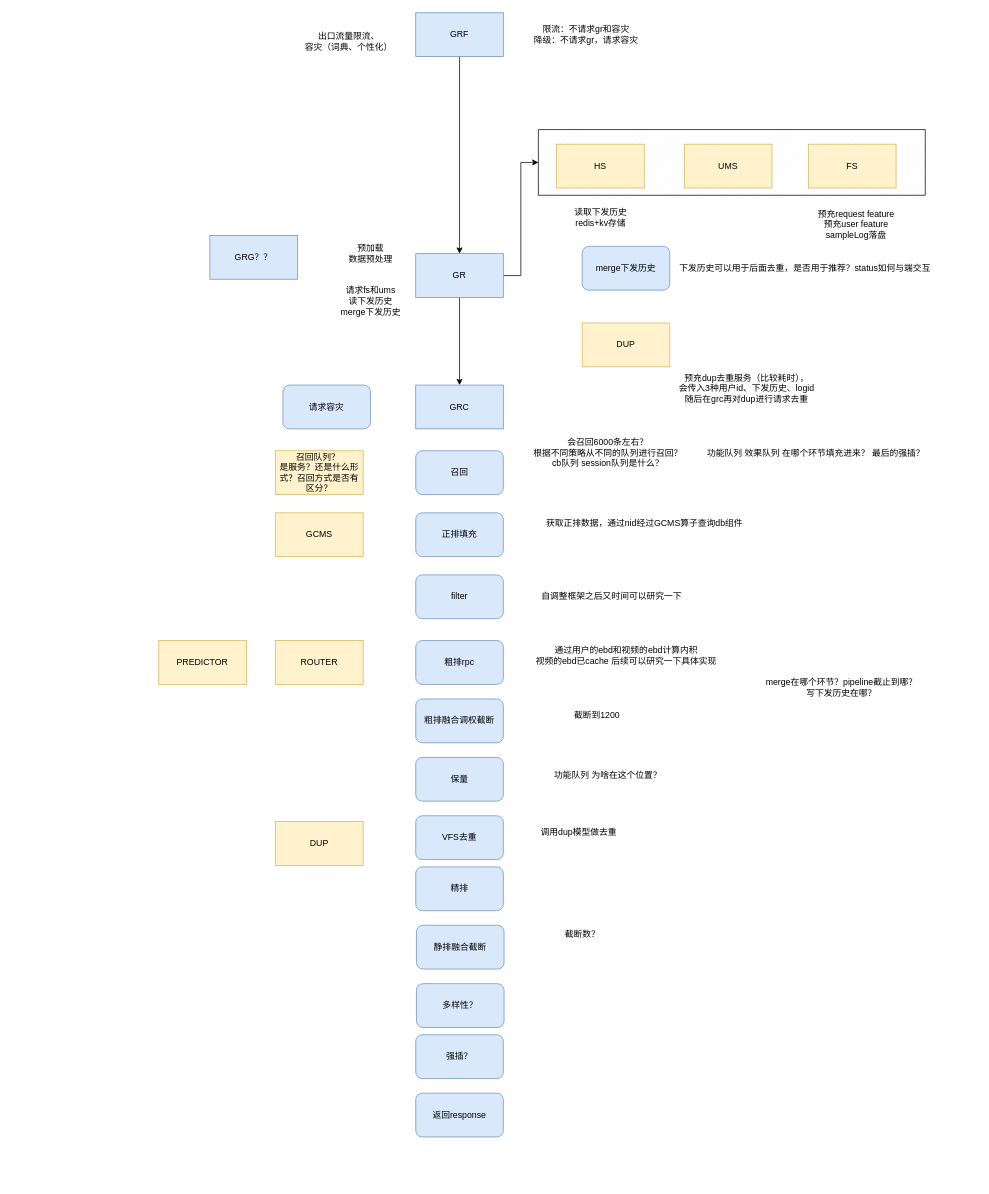
x1yang/lzx keeps this draw.io diagram as 推荐系统全局.drawio. Above is the earlier version. Source tidied: cells renumbered, new cells numbered last; positions are measured from the earlier drawing's top-left corner, leaving out a move shared by most shapes. Both pictures are drawn from the tidied source at 73%, with x=0, y=0 at pixel (158, 12).
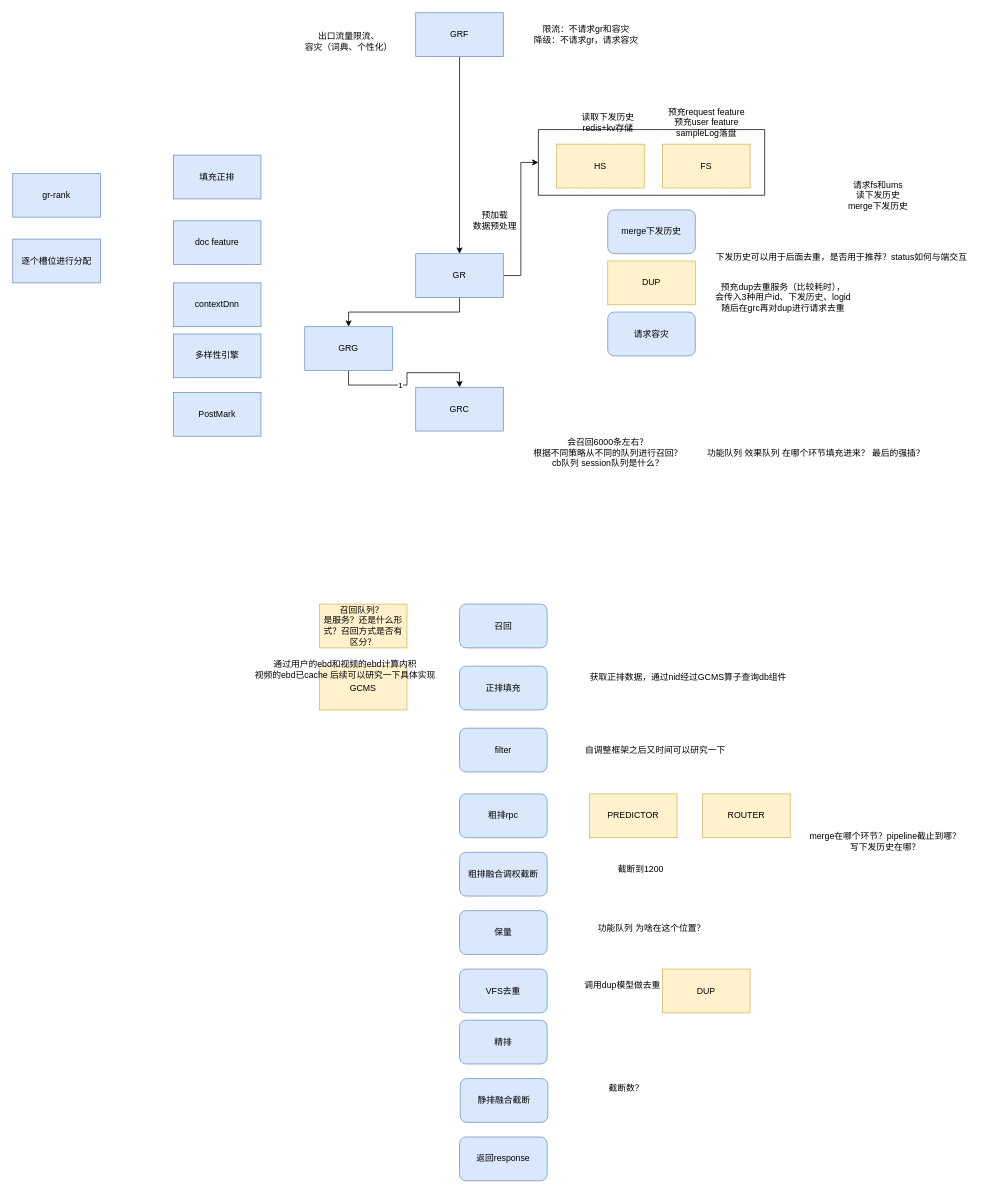
The same page after the edit.

Commit message:
更新推荐系统全局.drawio

The change refers to these unchanged cells:
```xml
<mxCell id="7" value="GR" style="rounded=0;whiteSpace=wrap;html=1;fillColor=#dae8fc;strokeColor=#6c8ebf;" parent="1" vertex="1">
  <mxGeometry x="352" y="330" width="120" height="60" as="geometry" />
</mxCell>
```

What changed in the source:
```diff
@@
     <mxCell id="2" style="verticalLabelPosition=bottom;verticalAlign=top;html=1;shape=mxgraph.basic.patternFillRect;fillStyle=diag;step=5;fillStrokeWidth=0.2;fillStrokeColor=#dddddd;" parent="1" vertex="1">
-      <mxGeometry x="520" y="160" width="530" height="90" as="geometry" />
+      <mxGeometry x="520" y="160" width="310" height="90" as="geometry" />
     </mxCell>
@@
-    <mxCell id="5" style="edgeStyle=orthogonalEdgeStyle;rounded=0;jettySize=auto;html=1;exitX=0.5;exitY=1;exitDx=0;exitDy=0;entryX=0.5;entryY=0;entryDx=0;entryDy=0;" parent="1" edge="1" source="7" target="18">
-      <mxGeometry relative="1" as="geometry" />
-    </mxCell>
@@
+    <mxCell id="51" style="edgeStyle=orthogonalEdgeStyle;rounded=0;jettySize=auto;html=1;exitX=0.5;exitY=1;exitDx=0;exitDy=0;entryX=0.5;entryY=0;entryDx=0;entryDy=0;" parent="1" edge="1" source="7" target="19">
+      <mxGeometry relative="1" as="geometry" />
+    </mxCell>
@@
     <mxCell id="10" value="DUP" style="rounded=0;whiteSpace=wrap;html=1;fillColor=#fff2cc;strokeColor=#d6b656;" parent="1" vertex="1">
-      <mxGeometry x="580" y="425" width="120" height="60" as="geometry" />
+      <mxGeometry x="615" y="340" width="120" height="60" as="geometry" />
     </mxCell>
-    <mxCell id="11" value="UMS" style="rounded=0;whiteSpace=wrap;html=1;fillColor=#fff2cc;strokeColor=#d6b656;" parent="1" vertex="1">
-      <mxGeometry x="720" y="180" width="120" height="60" as="geometry" />
-    </mxCell>
     <mxCell id="12" value="预加载&lt;br&gt;数据预处理" style="text;html=1;align=center;verticalAlign=middle;strokeColor=none;fillColor=none;" parent="1" vertex="1">
-      <mxGeometry x="250" y="310" width="80" height="40" as="geometry" />
+      <mxGeometry x="420" y="265" width="80" height="40" as="geometry" />
     </mxCell>
     <mxCell id="13" value="FS" style="rounded=0;whiteSpace=wrap;html=1;fillColor=#fff2cc;strokeColor=#d6b656;" parent="1" vertex="1">
-      <mxGeometry x="890" y="180" width="120" height="60" as="geometry" />
+      <mxGeometry x="690" y="180" width="120" height="60" as="geometry" />
     </mxCell>
     <mxCell id="14" value="请求fs和ums&lt;br&gt;读下发历史&lt;br&gt;merge下发历史" style="text;html=1;align=center;verticalAlign=middle;strokeColor=none;fillColor=none;" parent="1" vertex="1">
-      <mxGeometry x="235" y="365" width="110" height="60" as="geometry" />
+      <mxGeometry x="930" y="220" width="110" height="60" as="geometry" />
     </mxCell>
     <mxCell id="15" value="预充request feature&lt;br&gt;预充user feature&lt;br&gt;sampleLog落盘" style="text;html=1;align=center;verticalAlign=middle;strokeColor=none;fillColor=none;" parent="1" vertex="1">
-      <mxGeometry x="890" y="260" width="130" height="60" as="geometry" />
+      <mxGeometry x="685" y="120" width="130" height="60" as="geometry" />
     </mxCell>
     <mxCell id="16" value="预充dup去重服务（比较耗时），&lt;br&gt;会传入3种用户id、下发历史、logid&lt;br&gt;随后在grc再对dup进行请求去重" style="text;html=1;align=center;verticalAlign=middle;strokeColor=none;fillColor=none;" parent="1" vertex="1">
-      <mxGeometry x="700" y="485" width="210" height="60" as="geometry" />
+      <mxGeometry x="750" y="360" width="210" height="60" as="geometry" />
     </mxCell>
     <mxCell id="17" value="读取下发历史&lt;br&gt;redis+kv存储" style="text;html=1;align=center;verticalAlign=middle;strokeColor=none;fillColor=none;" parent="1" vertex="1">
-      <mxGeometry x="555" y="260" width="100" height="40" as="geometry" />
+      <mxGeometry x="565" y="130" width="100" height="40" as="geometry" />
     </mxCell>
     <mxCell id="18" value="GRC" style="rounded=0;whiteSpace=wrap;html=1;fillColor=#dae8fc;strokeColor=#6c8ebf;" parent="1" vertex="1">
-      <mxGeometry x="352" y="510" width="120" height="60" as="geometry" />
+      <mxGeometry x="352" y="513" width="120" height="60" as="geometry" />
     </mxCell>
+    <mxCell id="52" style="edgeStyle=orthogonalEdgeStyle;rounded=0;jettySize=auto;html=1;exitX=0.5;exitY=1;exitDx=0;exitDy=0;entryX=0.5;entryY=0;entryDx=0;entryDy=0;" parent="1" edge="1" source="19" target="18">
+      <mxGeometry relative="1" as="geometry" />
+    </mxCell>
+    <mxCell id="53" value="1" style="edgeLabel;html=1;align=center;verticalAlign=middle;" parent="52" vertex="1">
+      <mxGeometry x="-0.14" relative="1" as="geometry" />
+    </mxCell>
-    <mxCell id="19" value="GRG？？" style="rounded=0;whiteSpace=wrap;html=1;fillColor=#dae8fc;strokeColor=#6c8ebf;" parent="1" vertex="1">
-      <mxGeometry x="70" y="305" width="120" height="60" as="geometry" />
+    <mxCell id="19" value="GRG" style="rounded=0;whiteSpace=wrap;html=1;fillColor=#dae8fc;strokeColor=#6c8ebf;" parent="1" vertex="1">
+      <mxGeometry x="200" y="430" width="120" height="60" as="geometry" />
     </mxCell>
     <mxCell id="20" value="merge下发历史" style="rounded=1;whiteSpace=wrap;html=1;fillColor=#dae8fc;strokeColor=#6c8ebf;" parent="1" vertex="1">
-      <mxGeometry x="580" y="320" width="120" height="60" as="geometry" />
+      <mxGeometry x="615" y="270" width="120" height="60" as="geometry" />
     </mxCell>
     <mxCell id="21" value="请求容灾" style="rounded=1;whiteSpace=wrap;html=1;fillColor=#dae8fc;strokeColor=#6c8ebf;" parent="1" vertex="1">
-      <mxGeometry x="170" y="510" width="120" height="60" as="geometry" />
+      <mxGeometry x="615" y="410" width="120" height="60" as="geometry" />
     </mxCell>
     <mxCell id="22" value="召回" style="rounded=1;whiteSpace=wrap;html=1;fillColor=#dae8fc;strokeColor=#6c8ebf;" parent="1" vertex="1">
-      <mxGeometry x="352" y="600" width="120" height="60" as="geometry" />
+      <mxGeometry x="412" y="810" width="120" height="60" as="geometry" />
     </mxCell>
     <mxCell id="23" value="正排填充" style="rounded=1;whiteSpace=wrap;html=1;fillColor=#dae8fc;strokeColor=#6c8ebf;" parent="1" vertex="1">
-      <mxGeometry x="352" y="685" width="120" height="60" as="geometry" />
+      <mxGeometry x="412" y="895" width="120" height="60" as="geometry" />
     </mxCell>
     <mxCell id="24" value="filter" style="rounded=1;whiteSpace=wrap;html=1;fillColor=#dae8fc;strokeColor=#6c8ebf;" parent="1" vertex="1">
-      <mxGeometry x="352" y="770" width="120" height="60" as="geometry" />
+      <mxGeometry x="412" y="980" width="120" height="60" as="geometry" />
     </mxCell>
     <mxCell id="25" value="粗排rpc" style="rounded=1;whiteSpace=wrap;html=1;fillColor=#dae8fc;strokeColor=#6c8ebf;" parent="1" vertex="1">
-      <mxGeometry x="352" y="860" width="120" height="60" as="geometry" />
+      <mxGeometry x="412" y="1070" width="120" height="60" as="geometry" />
     </mxCell>
     <mxCell id="26" value="粗排融合调权截断" style="rounded=1;whiteSpace=wrap;html=1;fillColor=#dae8fc;strokeColor=#6c8ebf;" parent="1" vertex="1">
-      <mxGeometry x="352" y="940" width="120" height="60" as="geometry" />
+      <mxGeometry x="412" y="1150" width="120" height="60" as="geometry" />
     </mxCell>
     <mxCell id="27" value="保量" style="rounded=1;whiteSpace=wrap;html=1;fillColor=#dae8fc;strokeColor=#6c8ebf;" parent="1" vertex="1">
-      <mxGeometry x="352" y="1020" width="120" height="60" as="geometry" />
+      <mxGeometry x="412" y="1230" width="120" height="60" as="geometry" />
     </mxCell>
     <mxCell id="28" value="功能队列 为啥在这个位置？" style="text;html=1;align=center;verticalAlign=middle;strokeColor=none;fillColor=none;" parent="1" vertex="1">
-      <mxGeometry x="530" y="1030" width="170" height="30" as="geometry" />
+      <mxGeometry x="590" y="1240" width="170" height="30" as="geometry" />
     </mxCell>
     <mxCell id="29" value="VFS去重" style="rounded=1;whiteSpace=wrap;html=1;fillColor=#dae8fc;strokeColor=#6c8ebf;" parent="1" vertex="1">
-      <mxGeometry x="352" y="1100" width="120" height="60" as="geometry" />
+      <mxGeometry x="412" y="1310" width="120" height="60" as="geometry" />
     </mxCell>
     <mxCell id="30" value="静排融合截断" style="rounded=1;whiteSpace=wrap;html=1;fillColor=#dae8fc;strokeColor=#6c8ebf;" parent="1" vertex="1">
-      <mxGeometry x="353" y="1250" width="120" height="60" as="geometry" />
+      <mxGeometry x="413" y="1460" width="120" height="60" as="geometry" />
     </mxCell>
     <mxCell id="31" value="精排" style="rounded=1;whiteSpace=wrap;html=1;fillColor=#dae8fc;strokeColor=#6c8ebf;" parent="1" vertex="1">
-      <mxGeometry x="352" y="1170" width="120" height="60" as="geometry" />
+      <mxGeometry x="412" y="1380" width="120" height="60" as="geometry" />
     </mxCell>
     <mxCell id="32" value="下发历史可以用于后面去重，是否用于推荐？status如何与端交互" style="text;html=1;align=center;verticalAlign=middle;strokeColor=none;fillColor=none;" parent="1" vertex="1">
-      <mxGeometry x="700" y="335" width="370" height="30" as="geometry" />
+      <mxGeometry x="750" y="320" width="370" height="30" as="geometry" />
     </mxCell>
@@
     <mxCell id="35" value="召回队列？&amp;nbsp;&lt;br&gt;是服务？还是什么形式？召回方式是否有区分？" style="rounded=0;whiteSpace=wrap;html=1;fillColor=#fff2cc;strokeColor=#d6b656;" parent="1" vertex="1">
-      <mxGeometry x="160" y="600" width="120" height="60" as="geometry" />
+      <mxGeometry x="220" y="810" width="120" height="60" as="geometry" />
     </mxCell>
-    <mxCell id="36" value="多样性？" style="rounded=1;whiteSpace=wrap;html=1;fillColor=#dae8fc;strokeColor=#6c8ebf;" parent="1" vertex="1">
-      <mxGeometry x="353" y="1330" width="120" height="60" as="geometry" />
-    </mxCell>
-    <mxCell id="37" value="强插？" style="rounded=1;whiteSpace=wrap;html=1;fillColor=#dae8fc;strokeColor=#6c8ebf;" parent="1" vertex="1">
-      <mxGeometry x="352" y="1400" width="120" height="60" as="geometry" />
-    </mxCell>
     <mxCell id="38" value="GCMS" style="rounded=0;whiteSpace=wrap;html=1;fillColor=#fff2cc;strokeColor=#d6b656;" parent="1" vertex="1">
-      <mxGeometry x="160" y="685" width="120" height="60" as="geometry" />
+      <mxGeometry x="220" y="895" width="120" height="60" as="geometry" />
     </mxCell>
     <mxCell id="39" value="获取正排数据，通过nid经过GCMS算子查询db组件" style="text;html=1;align=center;verticalAlign=middle;strokeColor=none;fillColor=none;" parent="1" vertex="1">
-      <mxGeometry x="520" y="685" width="290" height="30" as="geometry" />
+      <mxGeometry x="580" y="895" width="290" height="30" as="geometry" />
     </mxCell>
@@
     <mxCell id="41" value="自调整框架之后又时间可以研究一下" style="text;html=1;align=center;verticalAlign=middle;strokeColor=none;fillColor=none;" parent="1" vertex="1">
-      <mxGeometry x="510" y="785" width="220" height="30" as="geometry" />
+      <mxGeometry x="570" y="995" width="220" height="30" as="geometry" />
     </mxCell>
     <mxCell id="42" value="ROUTER" style="rounded=0;whiteSpace=wrap;html=1;fillColor=#fff2cc;strokeColor=#d6b656;" parent="1" vertex="1">
-      <mxGeometry x="160" y="860" width="120" height="60" as="geometry" />
+      <mxGeometry x="745" y="1070" width="120" height="60" as="geometry" />
     </mxCell>
     <mxCell id="43" value="PREDICTOR" style="rounded=0;whiteSpace=wrap;html=1;fillColor=#fff2cc;strokeColor=#d6b656;" parent="1" vertex="1">
-      <mxGeometry y="860" width="120" height="60" as="geometry" />
+      <mxGeometry x="590" y="1070" width="120" height="60" as="geometry" />
     </mxCell>
     <mxCell id="44" value="通过用户的ebd和视频的ebd计算内积&lt;br&gt;视频的ebd已cache 后续可以研究一下具体实现" style="text;html=1;align=center;verticalAlign=middle;strokeColor=none;fillColor=none;" parent="1" vertex="1">
-      <mxGeometry x="505" y="860" width="270" height="40" as="geometry" />
+      <mxGeometry x="120" y="880" width="270" height="40" as="geometry" />
     </mxCell>
     <mxCell id="45" value="截断到1200" style="text;html=1;align=center;verticalAlign=middle;strokeColor=none;fillColor=none;" parent="1" vertex="1">
-      <mxGeometry x="555" y="948" width="90" height="30" as="geometry" />
+      <mxGeometry x="615" y="1158" width="90" height="30" as="geometry" />
     </mxCell>
     <mxCell id="46" value="返回response" style="rounded=1;whiteSpace=wrap;html=1;fillColor=#dae8fc;strokeColor=#6c8ebf;" parent="1" vertex="1">
-      <mxGeometry x="352" y="1480" width="120" height="60" as="geometry" />
+      <mxGeometry x="412" y="1540" width="120" height="60" as="geometry" />
     </mxCell>
     <mxCell id="47" value="截断数？" style="text;html=1;align=center;verticalAlign=middle;strokeColor=none;fillColor=none;" parent="1" vertex="1">
-      <mxGeometry x="545" y="1248" width="70" height="30" as="geometry" />
+      <mxGeometry x="605" y="1458" width="70" height="30" as="geometry" />
     </mxCell>
     <mxCell id="48" value="调用dup模型做去重" style="text;html=1;align=center;verticalAlign=middle;strokeColor=none;fillColor=none;" parent="1" vertex="1">
-      <mxGeometry x="510" y="1108" width="130" height="30" as="geometry" />
+      <mxGeometry x="570" y="1318" width="130" height="30" as="geometry" />
     </mxCell>
     <mxCell id="49" value="merge在哪个环节？pipeline截止到哪？&lt;br&gt;写下发历史在哪？" style="text;html=1;align=center;verticalAlign=middle;strokeColor=none;fillColor=none;" parent="1" vertex="1">
-      <mxGeometry x="820" y="905" width="230" height="40" as="geometry" />
+      <mxGeometry x="880" y="1115" width="230" height="40" as="geometry" />
     </mxCell>
     <mxCell id="50" value="DUP" style="rounded=0;whiteSpace=wrap;html=1;fillColor=#fff2cc;strokeColor=#d6b656;" parent="1" vertex="1">
-      <mxGeometry x="160" y="1108" width="120" height="60" as="geometry" />
+      <mxGeometry x="690" y="1310" width="120" height="60" as="geometry" />
     </mxCell>
+    <mxCell id="54" value="填充正排" style="rounded=0;whiteSpace=wrap;html=1;fillColor=#dae8fc;strokeColor=#6c8ebf;" parent="1" vertex="1">
+      <mxGeometry x="20" y="195" width="120" height="60" as="geometry" />
+    </mxCell>
+    <mxCell id="55" value="doc feature" style="rounded=0;whiteSpace=wrap;html=1;fillColor=#dae8fc;strokeColor=#6c8ebf;" parent="1" vertex="1">
+      <mxGeometry x="20" y="285" width="120" height="60" as="geometry" />
+    </mxCell>
+    <mxCell id="56" value="contextDnn" style="rounded=0;whiteSpace=wrap;html=1;fillColor=#dae8fc;strokeColor=#6c8ebf;" parent="1" vertex="1">
+      <mxGeometry x="20" y="370" width="120" height="60" as="geometry" />
+    </mxCell>
+    <mxCell id="57" value="多样性引擎" style="rounded=0;whiteSpace=wrap;html=1;fillColor=#dae8fc;strokeColor=#6c8ebf;" parent="1" vertex="1">
+      <mxGeometry x="20" y="440" width="120" height="60" as="geometry" />
+    </mxCell>
+    <mxCell id="58" value="PostMark" style="rounded=0;whiteSpace=wrap;html=1;fillColor=#dae8fc;strokeColor=#6c8ebf;" parent="1" vertex="1">
+      <mxGeometry x="20" y="520" width="120" height="60" as="geometry" />
+    </mxCell>
+    <mxCell id="59" value="gr-rank" style="rounded=0;whiteSpace=wrap;html=1;fillColor=#dae8fc;strokeColor=#6c8ebf;" parent="1" vertex="1">
+      <mxGeometry x="-200" y="220" width="120" height="60" as="geometry" />
+    </mxCell>
+    <mxCell id="60" value="逐个槽位进行分配" style="rounded=0;whiteSpace=wrap;html=1;fillColor=#dae8fc;strokeColor=#6c8ebf;" parent="1" vertex="1">
+      <mxGeometry x="-200" y="310" width="120" height="60" as="geometry" />
+    </mxCell>
```
